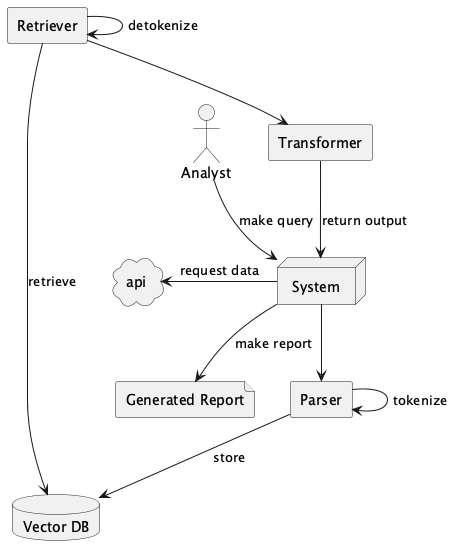
Earlier version of the PlantUML export img/uml-deployment.png (anthony-boileau/Team-28-Polyfinance-datathon-2024).
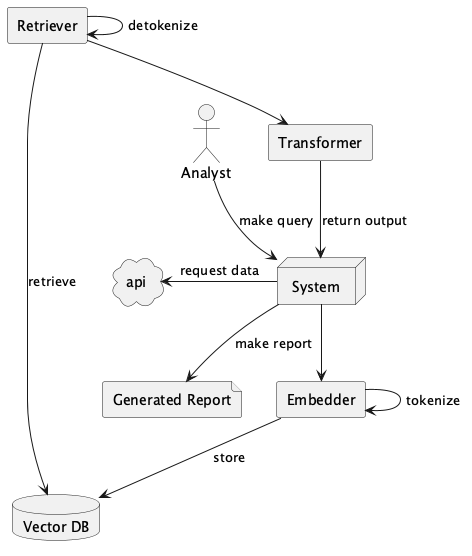
Above is the later version.

The edit, as a diff of the source:
```diff
@@ -4,7 +4,7 @@
 
 node System
 
-agent Parser
+agent Embedder
 
 agent Transformer
 
@@ -17,9 +17,9 @@
 file "Generated Report" as gr
 
 api <- System: request data
-System --> Parser
-Parser -> Parser: tokenize
-Parser --> vdb: store
+System --> Embedder
+Embedder -> Embedder: tokenize
+Embedder --> vdb: store
 rt --> vdb: retrieve
 rt -> rt: detokenize
 Analyst --> System: make query
```
